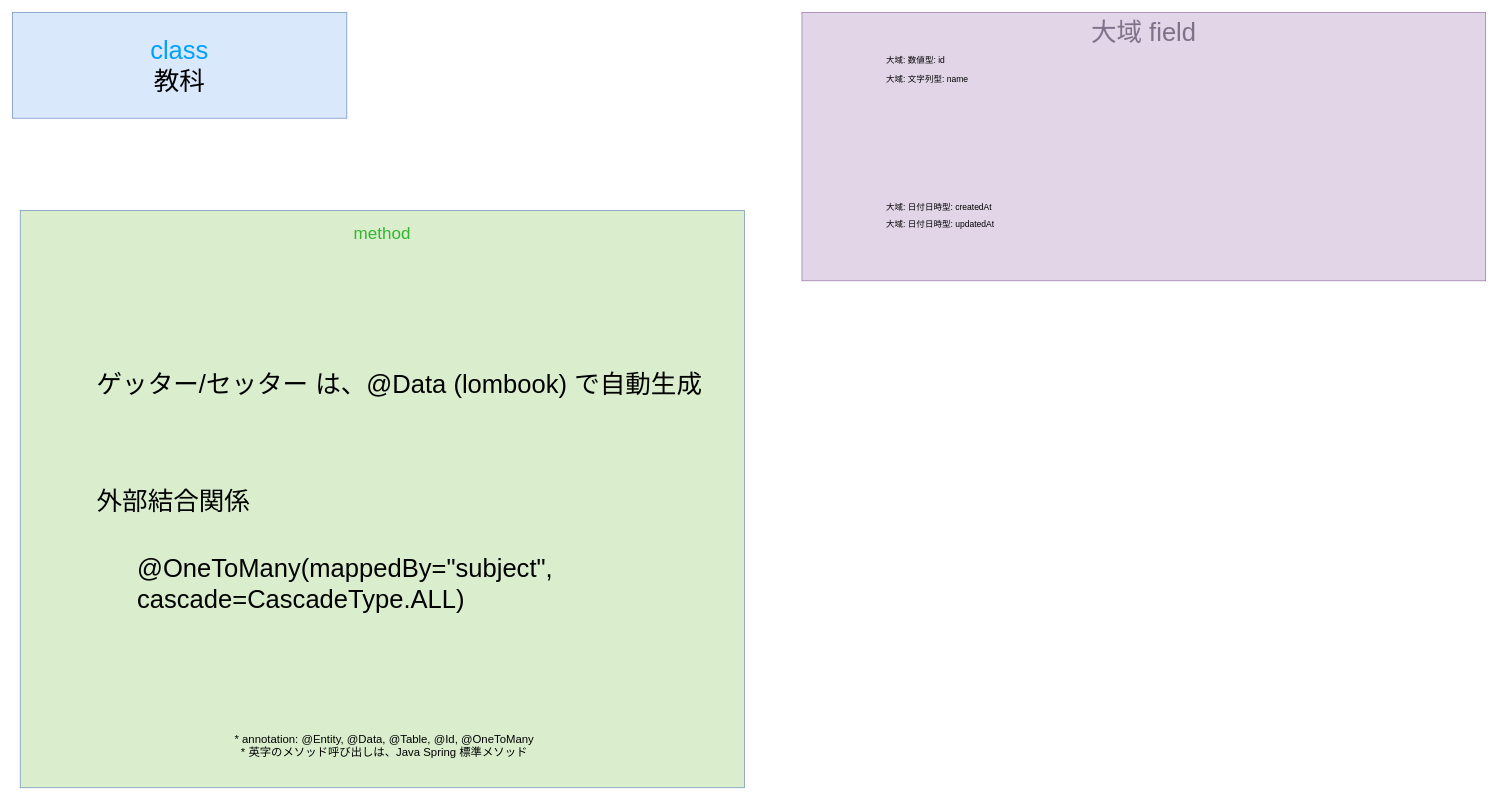
Above: gijigengo/model/entity/seiseki_manage_sys model_entity Subject クラス 疑似言語.drawio in tro319/seiseki_manage_sys (draw.io), before the change. Source tidied: cells renumbered, new cells numbered last; positions are measured from the earlier drawing's top-left corner, leaving out a move shared by most shapes. Both pictures are drawn from the tidied source at 71%, with x=0, y=0 at pixel (12, 12).
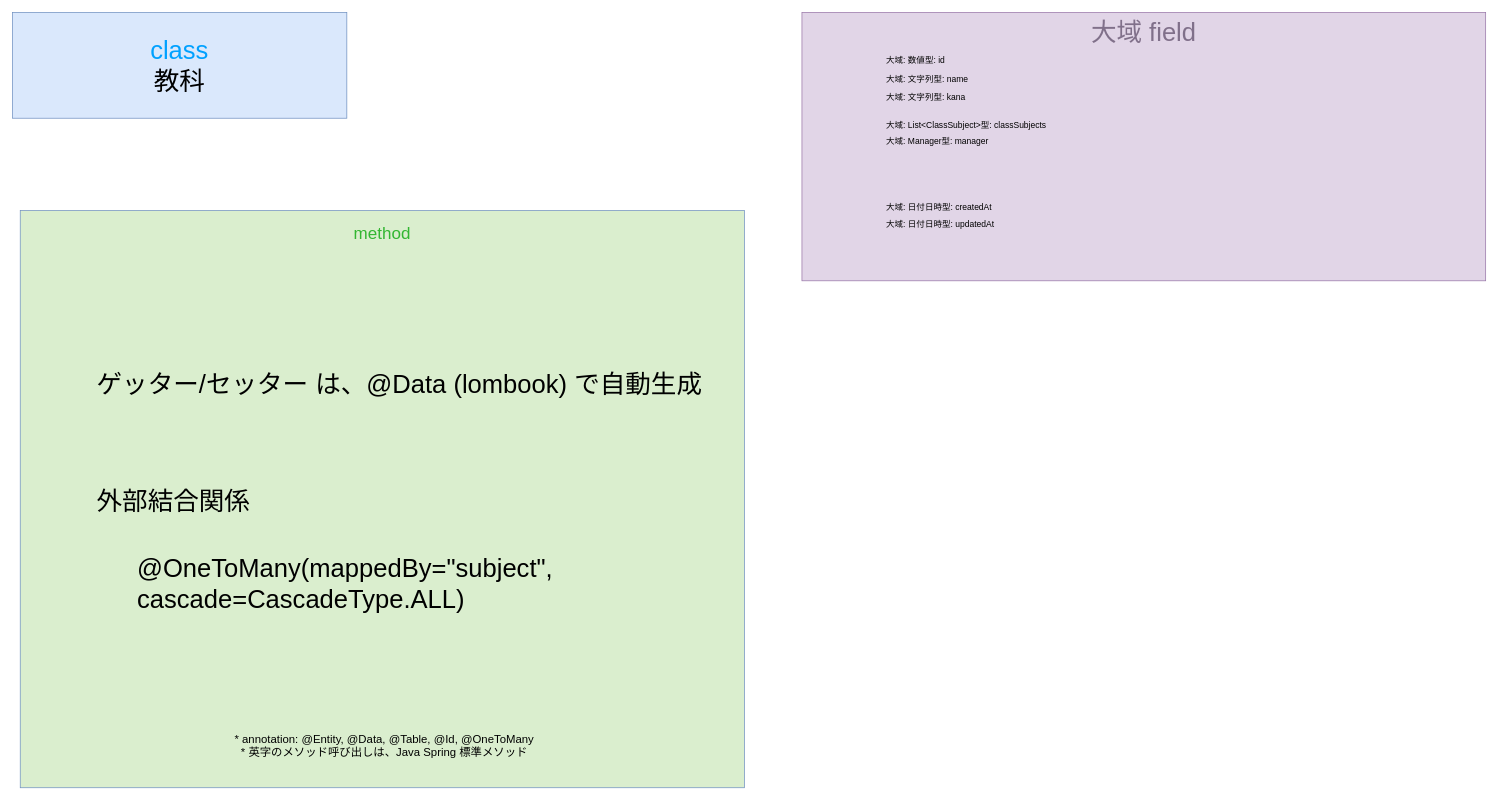
The same diagram, later.

Diff of the diagram source:
```diff
@@
 <mxGraphModel>
   <root>
     <mxCell id="0" />
     <mxCell id="1" parent="0" />
     <mxCell id="2" value="&lt;div&gt;&lt;span style=&quot;color: rgb(0, 161, 255);&quot;&gt;class&lt;/span&gt;&lt;/div&gt;&lt;div&gt;教科&lt;/div&gt;" style="text;html=1;whiteSpace=wrap;strokeColor=#6c8ebf;fillColor=#dae8fc;align=center;verticalAlign=middle;rounded=0;fontSize=36;" parent="1" vertex="1">
       <mxGeometry width="471" height="149" as="geometry" />
     </mxCell>
     <mxCell id="3" value="&lt;div&gt;&lt;font style=&quot;font-size: 24px;&quot;&gt;&lt;span style=&quot;color: rgb(50, 182, 49);&quot;&gt;&lt;span style=&quot;&quot;&gt;&lt;span style=&quot;&quot;&gt;&lt;span&gt;method&lt;/span&gt;&lt;/span&gt;&lt;/span&gt;&lt;/span&gt;&lt;/font&gt;&lt;/div&gt;&lt;div&gt;&lt;font style=&quot;font-size: 24px;&quot;&gt;&lt;span style=&quot;color: rgba(0, 0, 0, 0);&quot;&gt;&lt;span style=&quot;color: rgba(0, 0, 0, 0);&quot;&gt;&lt;span style=&quot;&quot;&gt;&lt;span style=&quot;&quot;&gt;&lt;br&gt;&lt;/span&gt;&lt;/span&gt;&lt;/span&gt;&lt;/span&gt;&lt;/font&gt;&lt;/div&gt;" style="text;html=1;whiteSpace=wrap;strokeColor=#6c8ebf;fillColor=light-dark(#daeece, #214210);align=center;verticalAlign=top;rounded=0;fontSize=36;fontColor=#00A1FF;" parent="1" vertex="1">
       <mxGeometry x="11" y="279" width="1020" height="813" as="geometry" />
     </mxCell>
     <mxCell id="4" value="ゲッター/セッター は、@Data (lombook) で自動生成" style="text;html=1;whiteSpace=wrap;strokeColor=none;fillColor=none;align=left;verticalAlign=middle;rounded=0;fontSize=36;" parent="1" vertex="1">
       <mxGeometry x="116.8" y="508" width="854.5" height="30" as="geometry" />
     </mxCell>
     <mxCell id="5" value="&lt;div&gt;&lt;br&gt;&lt;/div&gt;&lt;div&gt;&lt;span&gt;&lt;span&gt;&lt;span style=&quot;color: rgb(0, 0, 0);&quot;&gt;&lt;font style=&quot;font-size: 16px;&quot;&gt;* annotation: @Entity,&amp;nbsp;&lt;/font&gt;&lt;/span&gt;&lt;span style=&quot;color: rgb(0, 0, 0);&quot;&gt;&lt;font style=&quot;font-size: 16px;&quot;&gt;@Data, @Table, @Id, @OneToMany&lt;/font&gt;&lt;/span&gt;&lt;/span&gt;&lt;/span&gt;&lt;/div&gt;&lt;div&gt;&lt;span&gt;&lt;span&gt;&lt;span style=&quot;color: rgb(0, 0, 0);&quot;&gt;&lt;font style=&quot;font-size: 16px;&quot;&gt;* 英字のメソッド呼び出しは、Java Spring 標準メソッド&lt;/font&gt;&lt;/span&gt;&lt;/span&gt;&lt;/span&gt;&lt;/div&gt;" style="text;html=1;whiteSpace=wrap;strokeColor=none;fillColor=none;align=center;verticalAlign=middle;rounded=0;" parent="1" vertex="1">
       <mxGeometry x="164" y="1010" width="720" height="30" as="geometry" />
     </mxCell>
     <mxCell id="6" value="&lt;font&gt;大域 field&lt;/font&gt;" style="rounded=0;whiteSpace=wrap;html=1;fillColor=#e1d5e7;strokeColor=#9673a6;verticalAlign=top;fontSize=36;fontColor=#80708A;" parent="1" vertex="1">
       <mxGeometry x="1112" width="963" height="378" as="geometry" />
     </mxCell>
     <mxCell id="7" value="大域: 文字列型: name" style="text;html=1;whiteSpace=wrap;strokeColor=none;fillColor=none;align=left;verticalAlign=middle;rounded=0;fontSize=12;" parent="1" vertex="1">
       <mxGeometry x="1229" y="80" width="590" height="30" as="geometry" />
     </mxCell>
     <mxCell id="8" value="大域: 数値型: id" style="text;html=1;whiteSpace=wrap;strokeColor=none;fillColor=none;align=left;verticalAlign=middle;rounded=0;fontSize=12;" parent="1" vertex="1">
       <mxGeometry x="1229" y="53" width="590" height="30" as="geometry" />
     </mxCell>
     <mxCell id="9" value="大域: 日付日時型: createdAt" style="text;html=1;whiteSpace=wrap;strokeColor=none;fillColor=none;align=left;verticalAlign=middle;rounded=0;fontSize=12;" parent="1" vertex="1">
       <mxGeometry x="1229" y="260" width="590" height="30" as="geometry" />
     </mxCell>
     <mxCell id="10" value="大域: 日付日時型: updatedAt" style="text;html=1;whiteSpace=wrap;strokeColor=none;fillColor=none;align=left;verticalAlign=middle;rounded=0;fontSize=12;" parent="1" vertex="1">
       <mxGeometry x="1229" y="284" width="590" height="30" as="geometry" />
     </mxCell>
     <mxCell id="11" value="&lt;div&gt;@OneToMany(mappedBy=&quot;subject&quot;, cascade=CascadeType.ALL)&lt;/div&gt;" style="text;html=1;whiteSpace=wrap;strokeColor=none;fillColor=none;align=left;verticalAlign=middle;rounded=0;fontSize=36;" parent="1" vertex="1">
       <mxGeometry x="174" y="699" width="854.5" height="212" as="geometry" />
     </mxCell>
     <mxCell id="12" value="外部結合関係" style="text;html=1;whiteSpace=wrap;strokeColor=none;fillColor=none;align=left;verticalAlign=middle;rounded=0;fontSize=36;" parent="1" vertex="1">
       <mxGeometry x="116.8" y="674" width="854.5" height="30" as="geometry" />
     </mxCell>
+    <mxCell id="13" value="大域: 文字列型: kana" style="text;html=1;whiteSpace=wrap;strokeColor=none;fillColor=none;align=left;verticalAlign=middle;rounded=0;fontSize=12;" parent="1" vertex="1">
+      <mxGeometry x="1229" y="105" width="590" height="30" as="geometry" />
+    </mxCell>
+    <mxCell id="14" value="大域: Manager型: manager" style="text;html=1;whiteSpace=wrap;strokeColor=none;fillColor=none;align=left;verticalAlign=middle;rounded=0;fontSize=12;" parent="1" vertex="1">
+      <mxGeometry x="1229" y="167" width="590" height="30" as="geometry" />
+    </mxCell>
+    <mxCell id="15" value="大域: List&amp;lt;ClassSubject&amp;gt;型: classSubjects" style="text;html=1;whiteSpace=wrap;strokeColor=none;fillColor=none;align=left;verticalAlign=middle;rounded=0;fontSize=12;" parent="1" vertex="1">
+      <mxGeometry x="1229" y="144" width="590" height="30" as="geometry" />
+    </mxCell>
   </root>
 </mxGraphModel>
```
